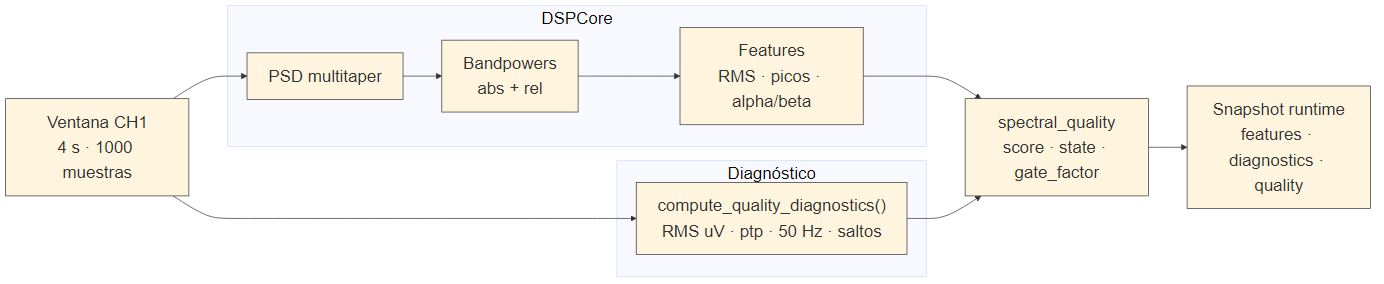
Above: TFG_EEG_MIDI/images/uml/impl_backend_features_quality.png in valtorresm97/REDACCION-TFG (Mermaid), before the change. Its source is kept beside it as TFG_EEG_MIDI/images/uml/impl_backend_features_quality.mmd. Its diagram source:
```mermaid
%%{init: {"theme": "base", "themeVariables": {"fontSize": "24px", "fontFamily": "Arial", "primaryBorderColor": "#333333", "lineColor": "#333333"}, "flowchart": {"htmlLabels": true, "nodeSpacing": 42, "rankSpacing": 55, "curve": "basis"}}}%%
flowchart LR
  win["Ventana CH1<br/>4 s · 1000 muestras"]

  subgraph dsp["DSPCore"]
    direction TB
    psd["PSD multitaper"] --> bands["Bandpowers<br/>abs + rel"]
    bands --> feats["Features<br/>RMS · picos · alpha/beta"]
  end

  subgraph diag["Diagnóstico"]
    direction TB
    qdiag["compute_quality_diagnostics()<br/>RMS uV · ptp · 50 Hz · saltos"]
  end

  quality["spectral_quality<br/>score · state · gate_factor"] --> snapshot["Snapshot runtime<br/>features · diagnostics · quality"]

  win --> psd
  win --> qdiag
  feats --> quality
  qdiag --> quality
```
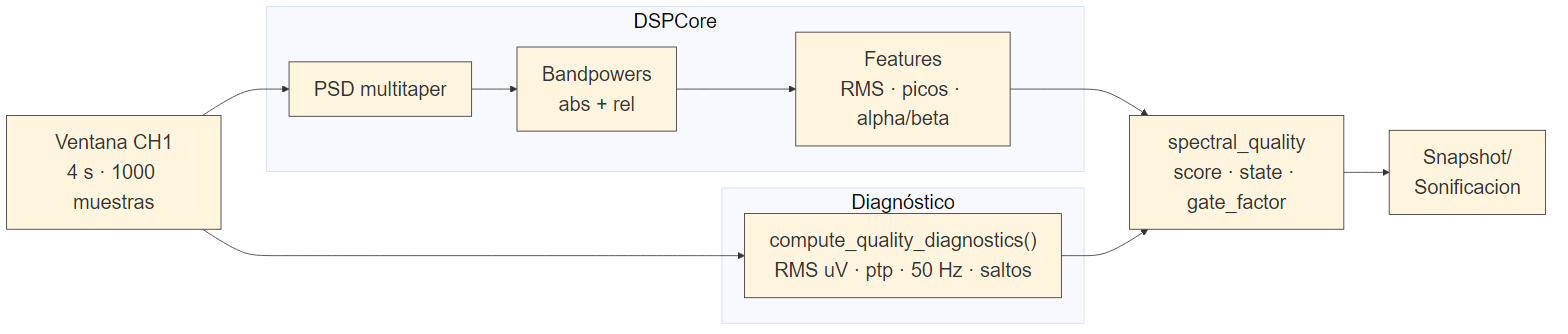
Later version of the same file.

Commit message:
Update backend Python implementation section

Change to the diagram source:
```diff
@@ -13,7 +13,7 @@
     qdiag["compute_quality_diagnostics()<br/>RMS uV · ptp · 50 Hz · saltos"]
   end
 
-  quality["spectral_quality<br/>score · state · gate_factor"] --> snapshot["Snapshot runtime<br/>features · diagnostics · quality"]
+  quality["spectral_quality<br/>score · state · gate_factor"] --> snapshot["Snapshot/ <br/> Sonificacion"]
 
   win --> psd
   win --> qdiag
```
